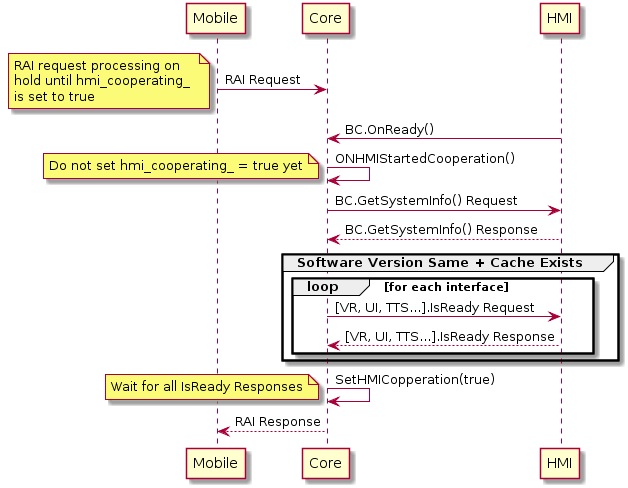
The PlantUML diagram assets/proposals/0249-Persisting-HMI-Capabilities-specific-to-headunit/hmi_capabilities_caching_sw_different_happypath.png in smartdevicelink/sdl_evolution, before a commit.
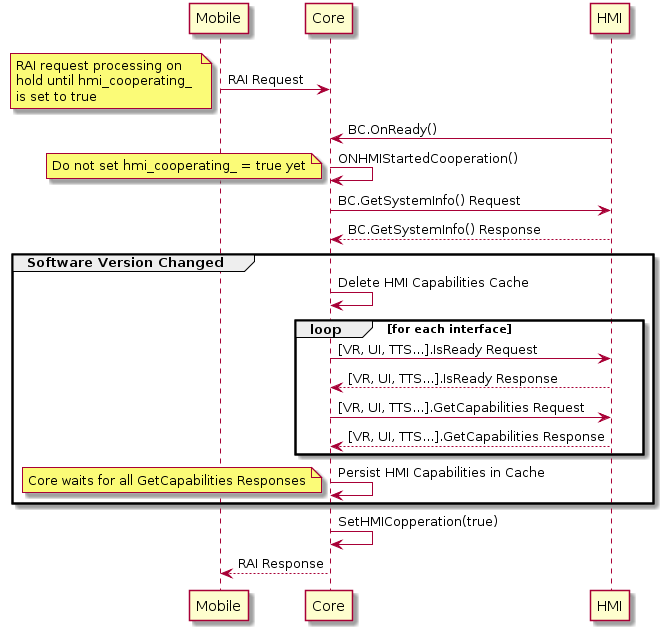
Above is the later version.

Diff of the diagram source:
```diff
@@ -21,21 +21,28 @@
 Core -> HMI: BC.GetSystemInfo() Request
 HMI --> Core:  BC.GetSystemInfo() Response
 
-group Software Version Same + Cache Exists
+group Software Version Changed
 
+Core -> Core : Delete HMI Capabilities Cache
 loop for each interface
     Core -> HMI: [VR, UI, TTS...].IsReady Request
     HMI --> Core: [VR, UI, TTS...].IsReady Response
 
 
+
+    Core -> HMI: [VR, UI, TTS...].GetCapabilities Request
+    HMI --> Core: [VR, UI, TTS...].GetCapabilities Response
 end
+
+
+
+Core -> Core : Persist HMI Capabilities in Cache
+note left : Core waits for all GetCapabilities Responses
 
 
 
 
 end
 Core ->  Core : SetHMICopperation(true)
-note left: Wait for all IsReady Responses
-
 Core --> Mobile : RAI Response
 @enduml
```
